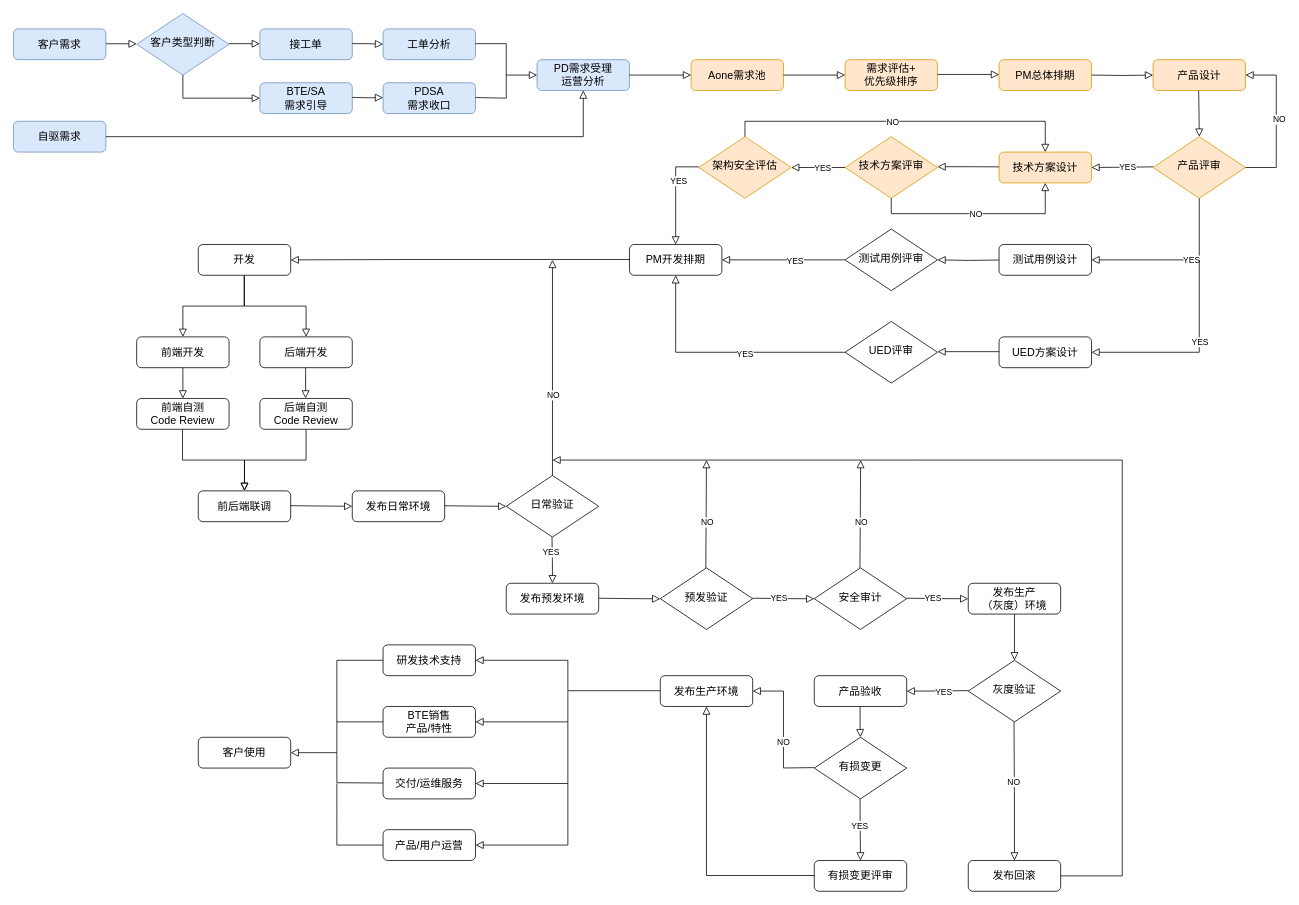
The draw.io diagram 研发流程.drawio in Sunny-Smile26/Drawings, before the edit. Source tidied: cells renumbered, new cells numbered last; positions are measured from the earlier drawing's top-left corner, leaving out a move shared by most shapes. Both pictures are drawn from the tidied source at 77%, with x=0, y=0 at pixel (13, 13).
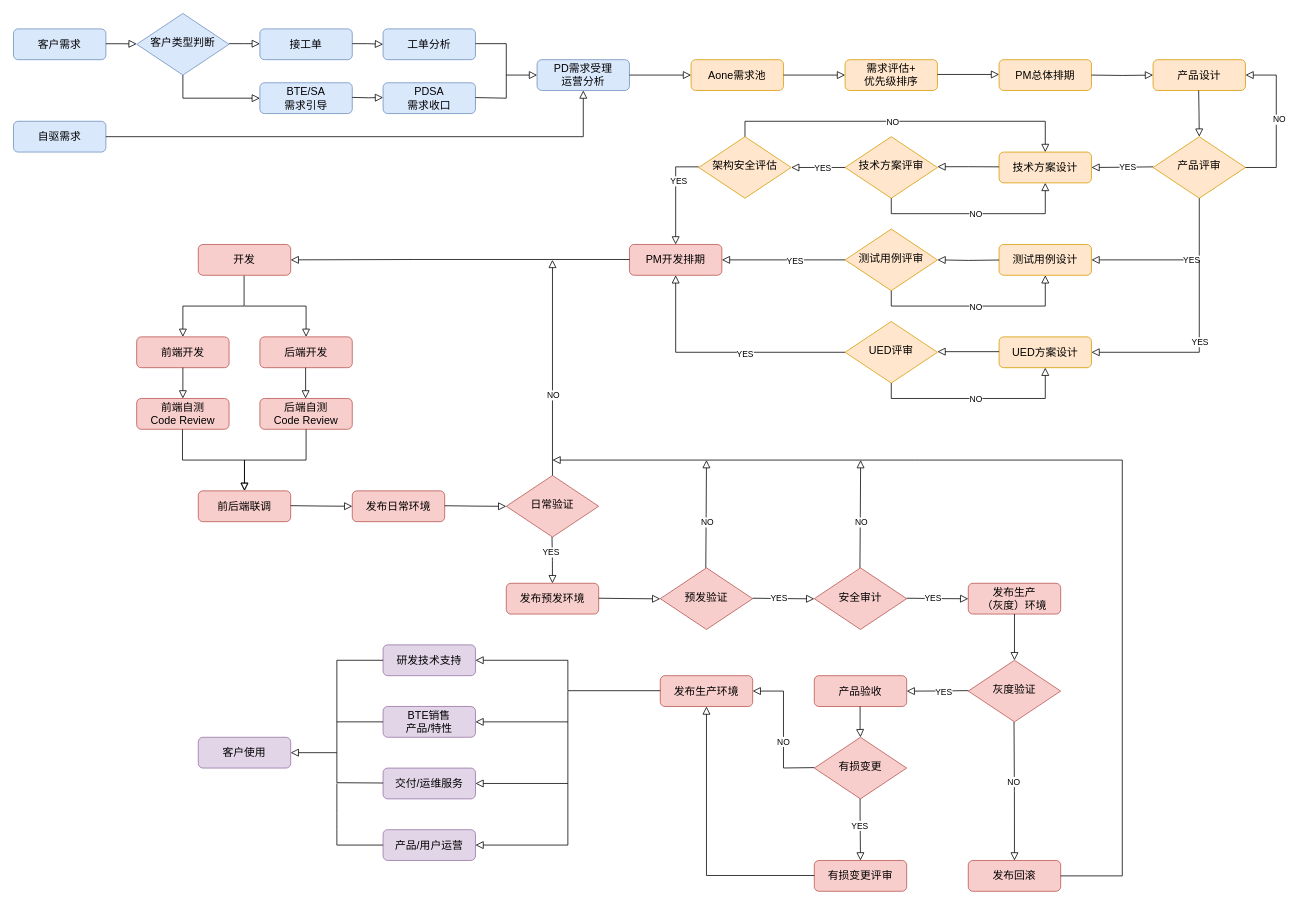
After the change.

Commit message (it also covers changes not shown here):
更新研发流程.drawio

What changed in the source:
```diff
@@
-    <mxCell id="3" value="开发" style="rounded=1;whiteSpace=wrap;html=1;fontSize=14;glass=0;strokeWidth=1;shadow=0;" parent="1" vertex="1">
+    <mxCell id="3" value="开发" style="rounded=1;whiteSpace=wrap;html=1;fontSize=14;glass=0;strokeWidth=1;shadow=0;fillColor=#f8cecc;strokeColor=#b85450;" parent="1" vertex="1">
       <mxGeometry x="240" y="300" width="120" height="40" as="geometry" />
     </mxCell>
-    <mxCell id="4" value="前端开发" style="rounded=1;whiteSpace=wrap;html=1;fontSize=14;glass=0;strokeWidth=1;shadow=0;" parent="1" vertex="1">
+    <mxCell id="4" value="前端开发" style="rounded=1;whiteSpace=wrap;html=1;fontSize=14;glass=0;strokeWidth=1;shadow=0;fillColor=#f8cecc;strokeColor=#b85450;" parent="1" vertex="1">
       <mxGeometry x="160" y="420" width="120" height="40" as="geometry" />
     </mxCell>
-    <mxCell id="5" value="后端开发" style="rounded=1;whiteSpace=wrap;html=1;fontSize=14;glass=0;strokeWidth=1;shadow=0;" parent="1" vertex="1">
+    <mxCell id="5" value="后端开发" style="rounded=1;whiteSpace=wrap;html=1;fontSize=14;glass=0;strokeWidth=1;shadow=0;fillColor=#f8cecc;strokeColor=#b85450;" parent="1" vertex="1">
       <mxGeometry x="320" y="420" width="120" height="40" as="geometry" />
     </mxCell>
-    <mxCell id="6" style="rounded=0;html=1;jettySize=auto;fontSize=14;endArrow=block;endFill=0;endSize=8;strokeWidth=1;shadow=0;labelBackgroundColor=none;edgeStyle=orthogonalEdgeStyle;entryX=0.5;entryY=0;entryDx=0;entryDy=0;exitX=0.5;exitY=1;exitDx=0;exitDy=0;" parent="1" edge="1" source="3">
+    <mxCell id="6" style="rounded=0;html=1;jettySize=auto;orthogonalLoop=1;fontSize=14;endArrow=block;endFill=0;endSize=8;strokeWidth=1;shadow=0;labelBackgroundColor=none;edgeStyle=orthogonalEdgeStyle;entryX=0.5;entryY=0;entryDx=0;entryDy=0;" parent="1" edge="1">
       <mxGeometry relative="1" as="geometry">
+        <mxPoint x="300" y="380" as="sourcePoint" />
         <mxPoint x="380" y="420" as="targetPoint" />
         <Array as="points">
           <mxPoint x="300" y="380" />
           <mxPoint x="380" y="380" />
         </Array>
       </mxGeometry>
     </mxCell>
-    <mxCell id="7" value="前端自测&lt;div&gt;Code Review&lt;/div&gt;" style="rounded=1;whiteSpace=wrap;html=1;fontSize=14;glass=0;strokeWidth=1;shadow=0;" parent="1" vertex="1">
+    <mxCell id="7" value="前端自测&lt;div&gt;Code Review&lt;/div&gt;" style="rounded=1;whiteSpace=wrap;html=1;fontSize=14;glass=0;strokeWidth=1;shadow=0;fillColor=#f8cecc;strokeColor=#b85450;" parent="1" vertex="1">
       <mxGeometry x="160" y="500" width="120" height="40" as="geometry" />
     </mxCell>
-    <mxCell id="8" value="后端自测&lt;div&gt;Code Review&lt;/div&gt;" style="rounded=1;whiteSpace=wrap;html=1;fontSize=14;glass=0;strokeWidth=1;shadow=0;" parent="1" vertex="1">
+    <mxCell id="8" value="后端自测&lt;div&gt;Code Review&lt;/div&gt;" style="rounded=1;whiteSpace=wrap;html=1;fontSize=14;glass=0;strokeWidth=1;shadow=0;fillColor=#f8cecc;strokeColor=#b85450;" parent="1" vertex="1">
       <mxGeometry x="320" y="500" width="120" height="40" as="geometry" />
     </mxCell>
@@
-    <mxCell id="11" value="前后端联调" style="rounded=1;whiteSpace=wrap;html=1;fontSize=14;glass=0;strokeWidth=1;shadow=0;" parent="1" vertex="1">
+    <mxCell id="11" value="前后端联调" style="rounded=1;whiteSpace=wrap;html=1;fontSize=14;glass=0;strokeWidth=1;shadow=0;fillColor=#f8cecc;strokeColor=#b85450;" parent="1" vertex="1">
       <mxGeometry x="240" y="620" width="120" height="40" as="geometry" />
     </mxCell>
@@
-    <mxCell id="14" value="发布日常环境" style="rounded=1;whiteSpace=wrap;html=1;fontSize=14;glass=0;strokeWidth=1;shadow=0;" parent="1" vertex="1">
+    <mxCell id="14" value="发布日常环境" style="rounded=1;whiteSpace=wrap;html=1;fontSize=14;glass=0;strokeWidth=1;shadow=0;fillColor=#f8cecc;strokeColor=#b85450;" parent="1" vertex="1">
       <mxGeometry x="440" y="620" width="120" height="40" as="geometry" />
     </mxCell>
@@
-    <mxCell id="16" value="日常验证" style="rhombus;whiteSpace=wrap;html=1;shadow=0;fontFamily=Helvetica;fontSize=14;align=center;strokeWidth=1;spacing=6;spacingTop=-4;" parent="1" vertex="1">
+    <mxCell id="16" value="日常验证" style="rhombus;whiteSpace=wrap;html=1;shadow=0;fontFamily=Helvetica;fontSize=14;align=center;strokeWidth=1;spacing=6;spacingTop=-4;fillColor=#f8cecc;strokeColor=#b85450;" parent="1" vertex="1">
       <mxGeometry x="640" y="600" width="120" height="80" as="geometry" />
     </mxCell>
@@
-    <mxCell id="19" value="发布预发环境" style="rounded=1;whiteSpace=wrap;html=1;fontSize=14;glass=0;strokeWidth=1;shadow=0;" parent="1" vertex="1">
+    <mxCell id="19" value="发布预发环境" style="rounded=1;whiteSpace=wrap;html=1;fontSize=14;glass=0;strokeWidth=1;shadow=0;fillColor=#f8cecc;strokeColor=#b85450;" parent="1" vertex="1">
       <mxGeometry x="640" y="740" width="120" height="40" as="geometry" />
     </mxCell>
@@
-    <mxCell id="22" value="预发验证" style="rhombus;whiteSpace=wrap;html=1;shadow=0;fontFamily=Helvetica;fontSize=14;align=center;strokeWidth=1;spacing=6;spacingTop=-4;" parent="1" vertex="1">
+    <mxCell id="22" value="预发验证" style="rhombus;whiteSpace=wrap;html=1;shadow=0;fontFamily=Helvetica;fontSize=14;align=center;strokeWidth=1;spacing=6;spacingTop=-4;fillColor=#f8cecc;strokeColor=#b85450;" parent="1" vertex="1">
       <mxGeometry x="840" y="720" width="120" height="80" as="geometry" />
     </mxCell>
@@
-    <mxCell id="24" value="安全审计" style="rhombus;whiteSpace=wrap;html=1;shadow=0;fontFamily=Helvetica;fontSize=14;align=center;strokeWidth=1;spacing=6;spacingTop=-4;" parent="1" vertex="1">
+    <mxCell id="24" value="安全审计" style="rhombus;whiteSpace=wrap;html=1;shadow=0;fontFamily=Helvetica;fontSize=14;align=center;strokeWidth=1;spacing=6;spacingTop=-4;fillColor=#f8cecc;strokeColor=#b85450;" parent="1" vertex="1">
       <mxGeometry x="1040" y="720" width="120" height="80" as="geometry" />
     </mxCell>
@@
-    <mxCell id="27" value="发布生产&lt;div&gt;（灰度）环境&lt;/div&gt;" style="rounded=1;whiteSpace=wrap;html=1;fontSize=14;glass=0;strokeWidth=1;shadow=0;" parent="1" vertex="1">
+    <mxCell id="27" value="发布生产&lt;div&gt;（灰度）环境&lt;/div&gt;" style="rounded=1;whiteSpace=wrap;html=1;fontSize=14;glass=0;strokeWidth=1;shadow=0;fillColor=#f8cecc;strokeColor=#b85450;" parent="1" vertex="1">
       <mxGeometry x="1240" y="740" width="120" height="40" as="geometry" />
     </mxCell>
@@
-    <mxCell id="30" value="灰度验证" style="rhombus;whiteSpace=wrap;html=1;shadow=0;fontFamily=Helvetica;fontSize=14;align=center;strokeWidth=1;spacing=6;spacingTop=-4;" parent="1" vertex="1">
+    <mxCell id="30" value="灰度验证" style="rhombus;whiteSpace=wrap;html=1;shadow=0;fontFamily=Helvetica;fontSize=14;align=center;strokeWidth=1;spacing=6;spacingTop=-4;fillColor=#f8cecc;strokeColor=#b85450;" parent="1" vertex="1">
       <mxGeometry x="1240" y="840" width="120" height="80" as="geometry" />
     </mxCell>
@@
-    <mxCell id="34" value="产品验收" style="rounded=1;whiteSpace=wrap;html=1;fontSize=14;glass=0;strokeWidth=1;shadow=0;" parent="1" vertex="1">
+    <mxCell id="34" value="产品验收" style="rounded=1;whiteSpace=wrap;html=1;fontSize=14;glass=0;strokeWidth=1;shadow=0;fillColor=#f8cecc;strokeColor=#b85450;" parent="1" vertex="1">
       <mxGeometry x="1040" y="860" width="120" height="40" as="geometry" />
     </mxCell>
-    <mxCell id="35" value="有损变更" style="rhombus;whiteSpace=wrap;html=1;shadow=0;fontFamily=Helvetica;fontSize=14;align=center;strokeWidth=1;spacing=6;spacingTop=-4;" parent="1" vertex="1">
+    <mxCell id="35" value="有损变更" style="rhombus;whiteSpace=wrap;html=1;shadow=0;fontFamily=Helvetica;fontSize=14;align=center;strokeWidth=1;spacing=6;spacingTop=-4;fillColor=#f8cecc;strokeColor=#b85450;" parent="1" vertex="1">
       <mxGeometry x="1040" y="940" width="120" height="80" as="geometry" />
     </mxCell>
@@
-    <mxCell id="39" value="有损变更评审" style="rounded=1;whiteSpace=wrap;html=1;fontSize=14;glass=0;strokeWidth=1;shadow=0;" parent="1" vertex="1">
+    <mxCell id="39" value="有损变更评审" style="rounded=1;whiteSpace=wrap;html=1;fontSize=14;glass=0;strokeWidth=1;shadow=0;fillColor=#f8cecc;strokeColor=#b85450;" parent="1" vertex="1">
       <mxGeometry x="1040" y="1100" width="120" height="40" as="geometry" />
     </mxCell>
-    <mxCell id="40" value="发布生产环境" style="rounded=1;whiteSpace=wrap;html=1;fontSize=14;glass=0;strokeWidth=1;shadow=0;" parent="1" vertex="1">
+    <mxCell id="40" value="发布生产环境" style="rounded=1;whiteSpace=wrap;html=1;fontSize=14;glass=0;strokeWidth=1;shadow=0;fillColor=#f8cecc;strokeColor=#b85450;" parent="1" vertex="1">
       <mxGeometry x="840" y="860" width="120" height="40" as="geometry" />
     </mxCell>
@@
-    <mxCell id="44" value="研发技术支持" style="rounded=1;whiteSpace=wrap;html=1;fontSize=14;glass=0;strokeWidth=1;shadow=0;" parent="1" vertex="1">
+    <mxCell id="44" value="研发技术支持" style="rounded=1;whiteSpace=wrap;html=1;fontSize=14;glass=0;strokeWidth=1;shadow=0;fillColor=#e1d5e7;strokeColor=#9673a6;" parent="1" vertex="1">
       <mxGeometry x="480" y="820" width="120" height="40" as="geometry" />
     </mxCell>
-    <mxCell id="45" value="BTE销售&lt;div&gt;产品/特性&lt;/div&gt;" style="rounded=1;whiteSpace=wrap;html=1;fontSize=14;glass=0;strokeWidth=1;shadow=0;" parent="1" vertex="1">
+    <mxCell id="45" value="BTE销售&lt;div&gt;产品/特性&lt;/div&gt;" style="rounded=1;whiteSpace=wrap;html=1;fontSize=14;glass=0;strokeWidth=1;shadow=0;fillColor=#e1d5e7;strokeColor=#9673a6;" parent="1" vertex="1">
       <mxGeometry x="480" y="900" width="120" height="40" as="geometry" />
     </mxCell>
-    <mxCell id="46" value="交付/运维服务" style="rounded=1;whiteSpace=wrap;html=1;fontSize=14;glass=0;strokeWidth=1;shadow=0;" parent="1" vertex="1">
+    <mxCell id="46" value="交付/运维服务" style="rounded=1;whiteSpace=wrap;html=1;fontSize=14;glass=0;strokeWidth=1;shadow=0;fillColor=#e1d5e7;strokeColor=#9673a6;" parent="1" vertex="1">
       <mxGeometry x="480" y="980" width="120" height="40" as="geometry" />
     </mxCell>
-    <mxCell id="47" value="产品/用户运营" style="rounded=1;whiteSpace=wrap;html=1;fontSize=14;glass=0;strokeWidth=1;shadow=0;" parent="1" vertex="1">
+    <mxCell id="47" value="产品/用户运营" style="rounded=1;whiteSpace=wrap;html=1;fontSize=14;glass=0;strokeWidth=1;shadow=0;fillColor=#e1d5e7;strokeColor=#9673a6;" parent="1" vertex="1">
       <mxGeometry x="480" y="1060" width="120" height="40" as="geometry" />
     </mxCell>
@@
-    <mxCell id="52" value="客户使用" style="rounded=1;whiteSpace=wrap;html=1;fontSize=14;glass=0;strokeWidth=1;shadow=0;" parent="1" vertex="1">
+    <mxCell id="52" value="客户使用" style="rounded=1;whiteSpace=wrap;html=1;fontSize=14;glass=0;strokeWidth=1;shadow=0;fillColor=#e1d5e7;strokeColor=#9673a6;" parent="1" vertex="1">
       <mxGeometry x="240" y="940" width="120" height="40" as="geometry" />
     </mxCell>
@@
-    <mxCell id="57" value="发布回滚" style="rounded=1;whiteSpace=wrap;html=1;fontSize=14;glass=0;strokeWidth=1;shadow=0;" parent="1" vertex="1">
+    <mxCell id="57" value="发布回滚" style="rounded=1;whiteSpace=wrap;html=1;fontSize=14;glass=0;strokeWidth=1;shadow=0;fillColor=#f8cecc;strokeColor=#b85450;" parent="1" vertex="1">
       <mxGeometry x="1240" y="1100" width="120" height="40" as="geometry" />
     </mxCell>
@@
-    <mxCell id="60" value="PM开发排期" style="rounded=1;whiteSpace=wrap;html=1;fontSize=14;glass=0;strokeWidth=1;shadow=0;" parent="1" vertex="1">
+    <mxCell id="60" value="PM开发排期" style="rounded=1;whiteSpace=wrap;html=1;fontSize=14;glass=0;strokeWidth=1;shadow=0;fillColor=#f8cecc;strokeColor=#b85450;" parent="1" vertex="1">
       <mxGeometry x="800" y="300" width="120" height="40" as="geometry" />
     </mxCell>
@@
-    <mxCell id="69" value="测试用例评审" style="rhombus;whiteSpace=wrap;html=1;shadow=0;fontFamily=Helvetica;fontSize=14;align=center;strokeWidth=1;spacing=6;spacingTop=-4;" parent="1" vertex="1">
+    <mxCell id="69" value="测试用例评审" style="rhombus;whiteSpace=wrap;html=1;shadow=0;fontFamily=Helvetica;fontSize=14;align=center;strokeWidth=1;spacing=6;spacingTop=-4;fillColor=#ffe6cc;strokeColor=#d79b00;" parent="1" vertex="1">
       <mxGeometry x="1080" y="280" width="120" height="80" as="geometry" />
     </mxCell>
-    <mxCell id="70" value="UED评审" style="rhombus;whiteSpace=wrap;html=1;shadow=0;fontFamily=Helvetica;fontSize=14;align=center;strokeWidth=1;spacing=6;spacingTop=-4;" parent="1" vertex="1">
+    <mxCell id="70" value="UED评审" style="rhombus;whiteSpace=wrap;html=1;shadow=0;fontFamily=Helvetica;fontSize=14;align=center;strokeWidth=1;spacing=6;spacingTop=-4;fillColor=#ffe6cc;strokeColor=#d79b00;" parent="1" vertex="1">
       <mxGeometry x="1080" y="400" width="120" height="80" as="geometry" />
     </mxCell>
@@
-    <mxCell id="82" value="测试用例设计" style="rounded=1;whiteSpace=wrap;html=1;fontSize=14;glass=0;strokeWidth=1;shadow=0;" parent="1" vertex="1">
+    <mxCell id="82" value="测试用例设计" style="rounded=1;whiteSpace=wrap;html=1;fontSize=14;glass=0;strokeWidth=1;shadow=0;fillColor=#ffe6cc;strokeColor=#d79b00;" parent="1" vertex="1">
       <mxGeometry x="1280" y="300" width="120" height="40" as="geometry" />
     </mxCell>
-    <mxCell id="83" value="UED方案设计" style="rounded=1;whiteSpace=wrap;html=1;fontSize=14;glass=0;strokeWidth=1;shadow=0;" parent="1" vertex="1">
+    <mxCell id="83" value="UED方案设计" style="rounded=1;whiteSpace=wrap;html=1;fontSize=14;glass=0;strokeWidth=1;shadow=0;fillColor=#ffe6cc;strokeColor=#d79b00;" parent="1" vertex="1">
       <mxGeometry x="1280" y="420" width="120" height="40" as="geometry" />
     </mxCell>
@@
+    <mxCell id="125" style="edgeStyle=orthogonalEdgeStyle;rounded=0;html=1;jettySize=auto;orthogonalLoop=1;fontSize=14;endArrow=block;endFill=0;endSize=8;strokeWidth=1;shadow=0;labelBackgroundColor=none;entryX=0.5;entryY=1;entryDx=0;entryDy=0;exitX=0.5;exitY=1;exitDx=0;exitDy=0;" parent="1" edge="1">
+      <mxGeometry y="10" relative="1" as="geometry">
+        <mxPoint x="1140" y="360" as="sourcePoint" />
+        <mxPoint x="1340" y="340" as="targetPoint" />
+        <Array as="points">
+          <mxPoint x="1140" y="380" />
+          <mxPoint x="1340" y="380" />
+        </Array>
+      </mxGeometry>
+    </mxCell>
+    <mxCell id="126" value="NO" style="edgeLabel;html=1;align=center;verticalAlign=middle;" parent="125" vertex="1">
+      <mxGeometry x="-0.01" y="5" relative="1" as="geometry">
+        <mxPoint y="5" as="offset" />
+      </mxGeometry>
+    </mxCell>
+    <mxCell id="127" style="edgeStyle=orthogonalEdgeStyle;rounded=0;html=1;jettySize=auto;orthogonalLoop=1;fontSize=14;endArrow=block;endFill=0;endSize=8;strokeWidth=1;shadow=0;labelBackgroundColor=none;entryX=0.5;entryY=1;entryDx=0;entryDy=0;exitX=0.5;exitY=1;exitDx=0;exitDy=0;" parent="1" edge="1">
+      <mxGeometry y="10" relative="1" as="geometry">
+        <mxPoint x="1140" y="480" as="sourcePoint" />
+        <mxPoint x="1340" y="460" as="targetPoint" />
+        <Array as="points">
+          <mxPoint x="1140" y="500" />
+          <mxPoint x="1340" y="500" />
+        </Array>
+      </mxGeometry>
+    </mxCell>
+    <mxCell id="128" value="NO" style="edgeLabel;html=1;align=center;verticalAlign=middle;" parent="127" vertex="1">
+      <mxGeometry x="-0.01" y="5" relative="1" as="geometry">
+        <mxPoint y="5" as="offset" />
+      </mxGeometry>
+    </mxCell>
```
